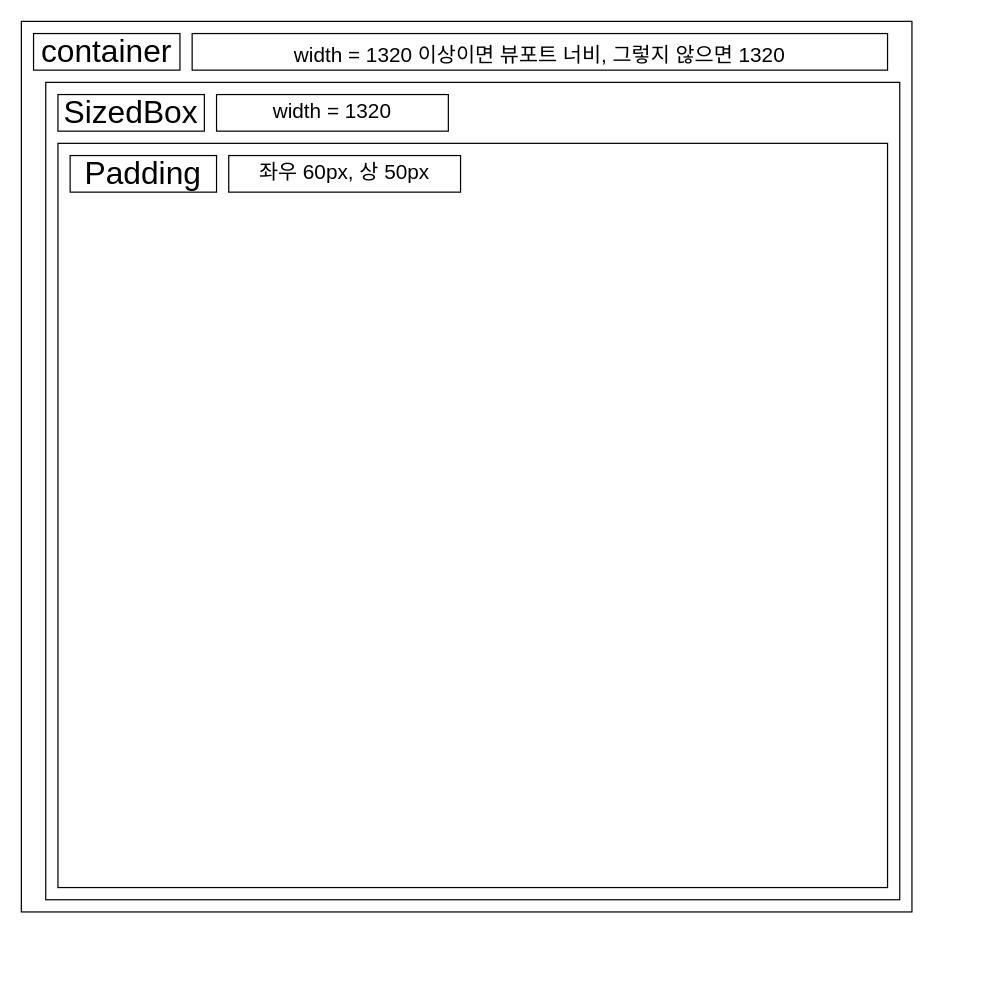
This is Untitled Diagram.drawio from hkseo98/boiler-plate, a draw.io file, before an edit. Source tidied: cells renumbered, new cells numbered last; positions are measured from the earlier drawing's top-left corner, leaving out a move shared by most shapes. Both pictures are drawn from the tidied source at 122%, with x=0, y=0 at pixel (21, 21).
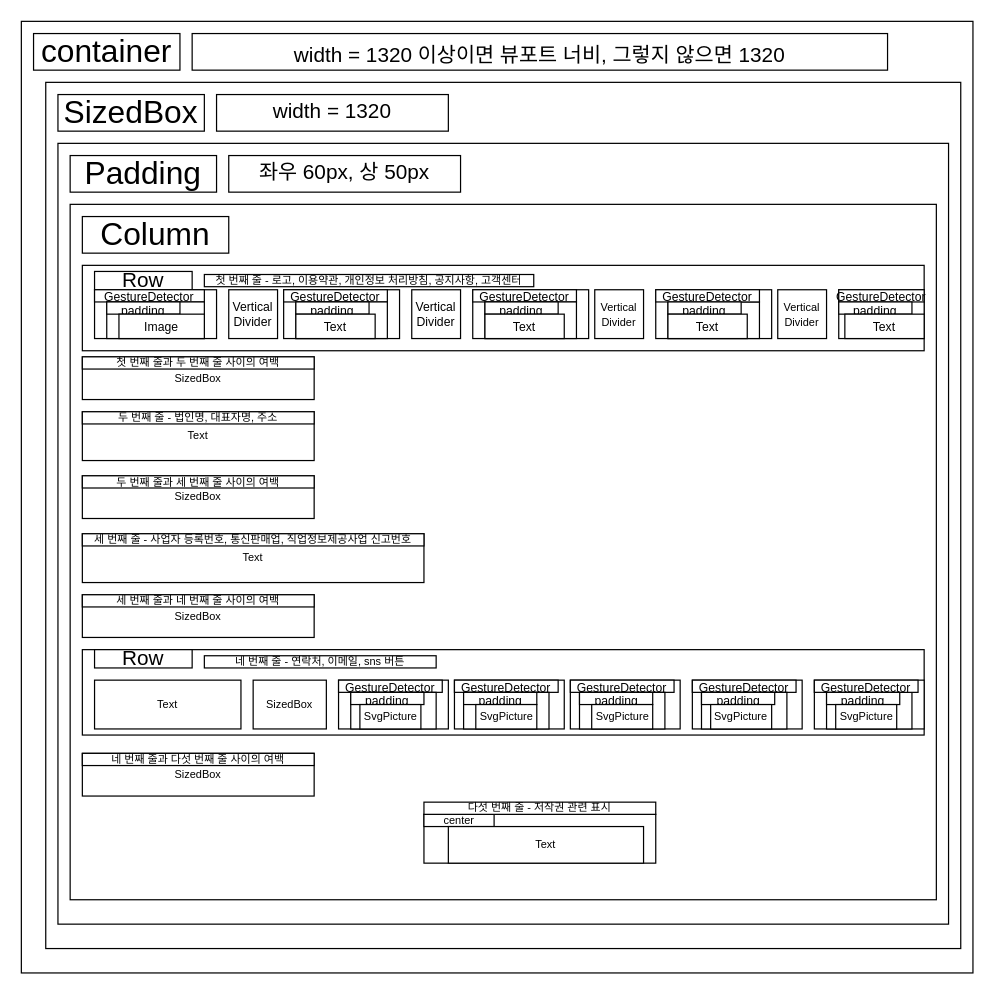
The same page after the edit.

The edit, as a diff of the source:
```diff
@@
     <mxCell id="3" style="whiteSpace=wrap;html=1;" parent="1" vertex="1">
-      <mxGeometry width="730" height="730" as="geometry" />
+      <mxGeometry width="780" height="780" as="geometry" />
     </mxCell>
@@
     <mxCell id="5" style="rounded=0;whiteSpace=wrap;html=1;fontSize=26;" parent="1" vertex="1">
-      <mxGeometry x="20" y="50" width="700" height="670" as="geometry" />
+      <mxGeometry x="20" y="50" width="750" height="710" as="geometry" />
     </mxCell>
@@
     <mxCell id="9" style="rounded=0;whiteSpace=wrap;html=1;fontSize=17;" parent="1" vertex="1">
-      <mxGeometry x="30" y="100" width="680" height="610" as="geometry" />
+      <mxGeometry x="30" y="100" width="730" height="640" as="geometry" />
     </mxCell>
@@
+    <mxCell id="12" style="rounded=0;whiteSpace=wrap;html=1;fontSize=17;" parent="1" vertex="1">
+      <mxGeometry x="40" y="150" width="710" height="570" as="geometry" />
+    </mxCell>
+    <mxCell id="13" value="&lt;span style=&quot;font-size: 26px&quot;&gt;Column&lt;/span&gt;" style="rounded=0;whiteSpace=wrap;html=1;" parent="1" vertex="1">
+      <mxGeometry x="50" y="160" width="120" height="30" as="geometry" />
+    </mxCell>
+    <mxCell id="14" style="rounded=0;whiteSpace=wrap;html=1;fontSize=17;" parent="1" vertex="1">
+      <mxGeometry x="50" y="200" width="690" height="70" as="geometry" />
+    </mxCell>
+    <mxCell id="15" value="Row" style="rounded=0;whiteSpace=wrap;html=1;fontSize=17;" parent="1" vertex="1">
+      <mxGeometry x="60" y="205" width="80" height="15" as="geometry" />
+    </mxCell>
+    <mxCell id="16" style="rounded=0;whiteSpace=wrap;html=1;fontSize=17;" parent="1" vertex="1">
+      <mxGeometry x="60" y="220" width="100" height="40" as="geometry" />
+    </mxCell>
+    <mxCell id="17" value="&lt;font size=&quot;1&quot;&gt;GestureDetector&lt;/font&gt;" style="rounded=0;whiteSpace=wrap;html=1;fontSize=17;" parent="1" vertex="1">
+      <mxGeometry x="60" y="220" width="90" height="10" as="geometry" />
+    </mxCell>
+    <mxCell id="18" style="rounded=0;whiteSpace=wrap;html=1;fontSize=16;" parent="1" vertex="1">
+      <mxGeometry x="70" y="230" width="80" height="30" as="geometry" />
+    </mxCell>
+    <mxCell id="19" value="&lt;font style=&quot;font-size: 10px&quot;&gt;padding&lt;/font&gt;" style="rounded=0;whiteSpace=wrap;html=1;fontSize=16;" parent="1" vertex="1">
+      <mxGeometry x="70" y="230" width="60" height="10" as="geometry" />
+    </mxCell>
+    <mxCell id="20" value="Image" style="rounded=0;whiteSpace=wrap;html=1;fontSize=10;" parent="1" vertex="1">
+      <mxGeometry x="80" y="240" width="70" height="20" as="geometry" />
+    </mxCell>
+    <mxCell id="21" style="rounded=0;whiteSpace=wrap;html=1;fontSize=17;" parent="1" vertex="1">
+      <mxGeometry x="215" y="220" width="95" height="40" as="geometry" />
+    </mxCell>
+    <mxCell id="22" value="&lt;font size=&quot;1&quot;&gt;GestureDetector&lt;/font&gt;" style="rounded=0;whiteSpace=wrap;html=1;fontSize=17;" parent="1" vertex="1">
+      <mxGeometry x="215" y="220" width="85" height="10" as="geometry" />
+    </mxCell>
+    <mxCell id="23" style="rounded=0;whiteSpace=wrap;html=1;fontSize=16;" parent="1" vertex="1">
+      <mxGeometry x="225" y="230" width="75" height="30" as="geometry" />
+    </mxCell>
+    <mxCell id="24" value="&lt;font style=&quot;font-size: 10px&quot;&gt;padding&lt;/font&gt;" style="rounded=0;whiteSpace=wrap;html=1;fontSize=16;" parent="1" vertex="1">
+      <mxGeometry x="225" y="230" width="60" height="10" as="geometry" />
+    </mxCell>
+    <mxCell id="25" value="Text" style="rounded=0;whiteSpace=wrap;html=1;fontSize=10;" parent="1" vertex="1">
+      <mxGeometry x="225" y="240" width="65" height="20" as="geometry" />
+    </mxCell>
+    <mxCell id="26" value="Vertical&lt;br&gt;Divider" style="rounded=0;whiteSpace=wrap;html=1;fontSize=10;" parent="1" vertex="1">
+      <mxGeometry x="170" y="220" width="40" height="40" as="geometry" />
+    </mxCell>
+    <mxCell id="27" value="Vertical&lt;br&gt;Divider" style="rounded=0;whiteSpace=wrap;html=1;fontSize=10;" parent="1" vertex="1">
+      <mxGeometry x="320" y="220" width="40" height="40" as="geometry" />
+    </mxCell>
+    <mxCell id="28" style="rounded=0;whiteSpace=wrap;html=1;fontSize=17;" parent="1" vertex="1">
+      <mxGeometry x="370" y="220" width="95" height="40" as="geometry" />
+    </mxCell>
+    <mxCell id="29" value="&lt;font size=&quot;1&quot;&gt;GestureDetector&lt;/font&gt;" style="rounded=0;whiteSpace=wrap;html=1;fontSize=17;" parent="1" vertex="1">
+      <mxGeometry x="370" y="220" width="85" height="10" as="geometry" />
+    </mxCell>
+    <mxCell id="30" style="rounded=0;whiteSpace=wrap;html=1;fontSize=16;" parent="1" vertex="1">
+      <mxGeometry x="380" y="230" width="75" height="30" as="geometry" />
+    </mxCell>
+    <mxCell id="31" value="&lt;font style=&quot;font-size: 10px&quot;&gt;padding&lt;/font&gt;" style="rounded=0;whiteSpace=wrap;html=1;fontSize=16;" parent="1" vertex="1">
+      <mxGeometry x="380" y="230" width="60" height="10" as="geometry" />
+    </mxCell>
+    <mxCell id="32" value="Text" style="rounded=0;whiteSpace=wrap;html=1;fontSize=10;" parent="1" vertex="1">
+      <mxGeometry x="380" y="240" width="65" height="20" as="geometry" />
+    </mxCell>
+    <mxCell id="33" value="&lt;font style=&quot;font-size: 9px&quot;&gt;Vertical&lt;br style=&quot;font-size: 9px&quot;&gt;Divider&lt;/font&gt;" style="rounded=0;whiteSpace=wrap;html=1;fontSize=10;" parent="1" vertex="1">
+      <mxGeometry x="470" y="220" width="40" height="40" as="geometry" />
+    </mxCell>
+    <mxCell id="34" style="rounded=0;whiteSpace=wrap;html=1;fontSize=17;" parent="1" vertex="1">
+      <mxGeometry x="520" y="220" width="95" height="40" as="geometry" />
+    </mxCell>
+    <mxCell id="35" style="rounded=0;whiteSpace=wrap;html=1;fontSize=16;" parent="1" vertex="1">
+      <mxGeometry x="530" y="230" width="75" height="30" as="geometry" />
+    </mxCell>
+    <mxCell id="36" value="&lt;font size=&quot;1&quot;&gt;GestureDetector&lt;/font&gt;" style="rounded=0;whiteSpace=wrap;html=1;fontSize=17;" parent="1" vertex="1">
+      <mxGeometry x="520" y="220" width="85" height="10" as="geometry" />
+    </mxCell>
+    <mxCell id="37" value="&lt;font style=&quot;font-size: 10px&quot;&gt;padding&lt;/font&gt;" style="rounded=0;whiteSpace=wrap;html=1;fontSize=16;" parent="1" vertex="1">
+      <mxGeometry x="530" y="230" width="60" height="10" as="geometry" />
+    </mxCell>
+    <mxCell id="38" value="Text" style="rounded=0;whiteSpace=wrap;html=1;fontSize=10;" parent="1" vertex="1">
+      <mxGeometry x="530" y="240" width="65" height="20" as="geometry" />
+    </mxCell>
+    <mxCell id="39" value="&lt;font style=&quot;font-size: 9px&quot;&gt;Vertical&lt;br style=&quot;font-size: 9px&quot;&gt;Divider&lt;/font&gt;" style="rounded=0;whiteSpace=wrap;html=1;fontSize=10;" parent="1" vertex="1">
+      <mxGeometry x="620" y="220" width="40" height="40" as="geometry" />
+    </mxCell>
+    <mxCell id="40" style="rounded=0;whiteSpace=wrap;html=1;fontSize=17;" parent="1" vertex="1">
+      <mxGeometry x="670" y="220" width="70" height="40" as="geometry" />
+    </mxCell>
+    <mxCell id="41" value="&lt;font size=&quot;1&quot;&gt;GestureDetector&lt;/font&gt;" style="rounded=0;whiteSpace=wrap;html=1;fontSize=17;" parent="1" vertex="1">
+      <mxGeometry x="670" y="220" width="70" height="10" as="geometry" />
+    </mxCell>
+    <mxCell id="42" value="&lt;font style=&quot;font-size: 10px&quot;&gt;padding&lt;/font&gt;" style="rounded=0;whiteSpace=wrap;html=1;fontSize=16;" parent="1" vertex="1">
+      <mxGeometry x="670" y="230" width="60" height="10" as="geometry" />
+    </mxCell>
+    <mxCell id="43" value="Text" style="rounded=0;whiteSpace=wrap;html=1;fontSize=10;" parent="1" vertex="1">
+      <mxGeometry x="675" y="240" width="65" height="20" as="geometry" />
+    </mxCell>
+    <mxCell id="44" value="SizedBox" style="rounded=0;whiteSpace=wrap;html=1;fontSize=9;" parent="1" vertex="1">
+      <mxGeometry x="50" y="275" width="190" height="35" as="geometry" />
+    </mxCell>
+    <mxCell id="45" value="Text" style="rounded=0;whiteSpace=wrap;html=1;fontSize=9;" parent="1" vertex="1">
+      <mxGeometry x="50" y="320" width="190" height="40" as="geometry" />
+    </mxCell>
+    <mxCell id="46" value="SizedBox" style="rounded=0;whiteSpace=wrap;html=1;fontSize=9;" parent="1" vertex="1">
+      <mxGeometry x="50" y="372.5" width="190" height="35" as="geometry" />
+    </mxCell>
+    <mxCell id="47" value="Text" style="rounded=0;whiteSpace=wrap;html=1;fontSize=9;" parent="1" vertex="1">
+      <mxGeometry x="50" y="420" width="280" height="40" as="geometry" />
+    </mxCell>
+    <mxCell id="48" value="SizedBox" style="rounded=0;whiteSpace=wrap;html=1;fontSize=9;" parent="1" vertex="1">
+      <mxGeometry x="50" y="470" width="190" height="35" as="geometry" />
+    </mxCell>
+    <mxCell id="49" style="rounded=0;whiteSpace=wrap;html=1;fontSize=17;" parent="1" vertex="1">
+      <mxGeometry x="50" y="515" width="690" height="70" as="geometry" />
+    </mxCell>
+    <mxCell id="50" value="Row" style="rounded=0;whiteSpace=wrap;html=1;fontSize=17;" parent="1" vertex="1">
+      <mxGeometry x="60" y="515" width="80" height="15" as="geometry" />
+    </mxCell>
+    <mxCell id="51" value="Text" style="rounded=0;whiteSpace=wrap;html=1;fontSize=9;" parent="1" vertex="1">
+      <mxGeometry x="60" y="540" width="120" height="40" as="geometry" />
+    </mxCell>
+    <mxCell id="52" value="SizedBox" style="rounded=0;whiteSpace=wrap;html=1;fontSize=9;" parent="1" vertex="1">
+      <mxGeometry x="190" y="540" width="60" height="40" as="geometry" />
+    </mxCell>
+    <mxCell id="53" style="rounded=0;whiteSpace=wrap;html=1;fontSize=9;" parent="1" vertex="1">
+      <mxGeometry x="260" y="540" width="90" height="40" as="geometry" />
+    </mxCell>
+    <mxCell id="54" style="rounded=0;whiteSpace=wrap;html=1;fontSize=9;" parent="1" vertex="1">
+      <mxGeometry x="355" y="540" width="90" height="40" as="geometry" />
+    </mxCell>
+    <mxCell id="55" style="rounded=0;whiteSpace=wrap;html=1;fontSize=9;" parent="1" vertex="1">
+      <mxGeometry x="450" y="540" width="90" height="40" as="geometry" />
+    </mxCell>
+    <mxCell id="56" style="rounded=0;whiteSpace=wrap;html=1;fontSize=9;" parent="1" vertex="1">
+      <mxGeometry x="550" y="540" width="90" height="40" as="geometry" />
+    </mxCell>
+    <mxCell id="57" style="rounded=0;whiteSpace=wrap;html=1;fontSize=9;" parent="1" vertex="1">
+      <mxGeometry x="650" y="540" width="90" height="40" as="geometry" />
+    </mxCell>
+    <mxCell id="58" value="&lt;font size=&quot;1&quot;&gt;GestureDetector&lt;/font&gt;" style="rounded=0;whiteSpace=wrap;html=1;fontSize=17;" parent="1" vertex="1">
+      <mxGeometry x="260" y="540" width="85" height="10" as="geometry" />
+    </mxCell>
+    <mxCell id="59" value="&lt;font size=&quot;1&quot;&gt;GestureDetector&lt;/font&gt;" style="rounded=0;whiteSpace=wrap;html=1;fontSize=17;" parent="1" vertex="1">
+      <mxGeometry x="355" y="540" width="85" height="10" as="geometry" />
+    </mxCell>
+    <mxCell id="60" value="&lt;font size=&quot;1&quot;&gt;GestureDetector&lt;/font&gt;" style="rounded=0;whiteSpace=wrap;html=1;fontSize=17;" parent="1" vertex="1">
+      <mxGeometry x="450" y="540" width="85" height="10" as="geometry" />
+    </mxCell>
+    <mxCell id="61" value="&lt;font size=&quot;1&quot;&gt;GestureDetector&lt;/font&gt;" style="rounded=0;whiteSpace=wrap;html=1;fontSize=17;" parent="1" vertex="1">
+      <mxGeometry x="550" y="540" width="85" height="10" as="geometry" />
+    </mxCell>
+    <mxCell id="62" style="rounded=0;whiteSpace=wrap;html=1;fontSize=9;" parent="1" vertex="1">
+      <mxGeometry x="270" y="550" width="70" height="30" as="geometry" />
+    </mxCell>
+    <mxCell id="63" value="&lt;font style=&quot;font-size: 10px&quot;&gt;padding&lt;/font&gt;" style="rounded=0;whiteSpace=wrap;html=1;fontSize=16;" parent="1" vertex="1">
+      <mxGeometry x="270" y="550" width="60" height="10" as="geometry" />
+    </mxCell>
+    <mxCell id="64" style="rounded=0;whiteSpace=wrap;html=1;fontSize=9;" parent="1" vertex="1">
+      <mxGeometry x="362.5" y="550" width="70" height="30" as="geometry" />
+    </mxCell>
+    <mxCell id="65" style="rounded=0;whiteSpace=wrap;html=1;fontSize=9;" parent="1" vertex="1">
+      <mxGeometry x="457.5" y="550" width="70" height="30" as="geometry" />
+    </mxCell>
+    <mxCell id="66" style="rounded=0;whiteSpace=wrap;html=1;fontSize=9;" parent="1" vertex="1">
+      <mxGeometry x="557.5" y="550" width="70" height="30" as="geometry" />
+    </mxCell>
+    <mxCell id="67" style="rounded=0;whiteSpace=wrap;html=1;fontSize=9;" parent="1" vertex="1">
+      <mxGeometry x="660" y="550" width="70" height="30" as="geometry" />
+    </mxCell>
+    <mxCell id="68" value="&lt;font size=&quot;1&quot;&gt;GestureDetector&lt;/font&gt;" style="rounded=0;whiteSpace=wrap;html=1;fontSize=17;" parent="1" vertex="1">
+      <mxGeometry x="650" y="540" width="85" height="10" as="geometry" />
+    </mxCell>
+    <mxCell id="69" value="&lt;font style=&quot;font-size: 10px&quot;&gt;padding&lt;/font&gt;" style="rounded=0;whiteSpace=wrap;html=1;fontSize=16;" parent="1" vertex="1">
+      <mxGeometry x="362.5" y="550" width="60" height="10" as="geometry" />
+    </mxCell>
+    <mxCell id="70" value="&lt;font style=&quot;font-size: 10px&quot;&gt;padding&lt;/font&gt;" style="rounded=0;whiteSpace=wrap;html=1;fontSize=16;" parent="1" vertex="1">
+      <mxGeometry x="457.5" y="550" width="60" height="10" as="geometry" />
+    </mxCell>
+    <mxCell id="71" value="&lt;font style=&quot;font-size: 10px&quot;&gt;padding&lt;/font&gt;" style="rounded=0;whiteSpace=wrap;html=1;fontSize=16;" parent="1" vertex="1">
+      <mxGeometry x="557.5" y="550" width="60" height="10" as="geometry" />
+    </mxCell>
+    <mxCell id="72" value="&lt;font style=&quot;font-size: 10px&quot;&gt;padding&lt;/font&gt;" style="rounded=0;whiteSpace=wrap;html=1;fontSize=16;" parent="1" vertex="1">
+      <mxGeometry x="660" y="550" width="60" height="10" as="geometry" />
+    </mxCell>
+    <mxCell id="73" value="SvgPicture" style="rounded=0;whiteSpace=wrap;html=1;fontSize=9;" parent="1" vertex="1">
+      <mxGeometry x="277.5" y="560" width="50" height="20" as="geometry" />
+    </mxCell>
+    <mxCell id="74" value="SvgPicture" style="rounded=0;whiteSpace=wrap;html=1;fontSize=9;" parent="1" vertex="1">
+      <mxGeometry x="372.5" y="560" width="50" height="20" as="geometry" />
+    </mxCell>
+    <mxCell id="75" value="SvgPicture" style="rounded=0;whiteSpace=wrap;html=1;fontSize=9;" parent="1" vertex="1">
+      <mxGeometry x="467.5" y="560" width="50" height="20" as="geometry" />
+    </mxCell>
+    <mxCell id="76" value="SvgPicture" style="rounded=0;whiteSpace=wrap;html=1;fontSize=9;" parent="1" vertex="1">
+      <mxGeometry x="565" y="560" width="50" height="20" as="geometry" />
+    </mxCell>
+    <mxCell id="77" value="SvgPicture" style="rounded=0;whiteSpace=wrap;html=1;fontSize=9;" parent="1" vertex="1">
+      <mxGeometry x="667.5" y="560" width="50" height="20" as="geometry" />
+    </mxCell>
+    <mxCell id="78" value="SizedBox" style="rounded=0;whiteSpace=wrap;html=1;fontSize=9;" parent="1" vertex="1">
+      <mxGeometry x="50" y="600" width="190" height="35" as="geometry" />
+    </mxCell>
+    <mxCell id="79" style="rounded=0;whiteSpace=wrap;html=1;fontSize=9;" parent="1" vertex="1">
+      <mxGeometry x="330" y="650" width="190" height="40" as="geometry" />
+    </mxCell>
+    <mxCell id="80" value="center" style="rounded=0;whiteSpace=wrap;html=1;fontSize=9;" parent="1" vertex="1">
+      <mxGeometry x="330" y="650" width="57.5" height="10" as="geometry" />
+    </mxCell>
+    <mxCell id="81" value="Text" style="rounded=0;whiteSpace=wrap;html=1;fontSize=9;" parent="1" vertex="1">
+      <mxGeometry x="350" y="660" width="160" height="30" as="geometry" />
+    </mxCell>
+    <mxCell id="82" value="첫 번째 줄 - 로고, 이용약관, 개인정보 처리방침, 공지사항, 고객센터" style="rounded=0;whiteSpace=wrap;html=1;fontSize=9;" parent="1" vertex="1">
+      <mxGeometry x="150" y="207.5" width="270" height="10" as="geometry" />
+    </mxCell>
+    <mxCell id="83" value="첫 번째 줄과 두 번째 줄 사이의 여백" style="rounded=0;whiteSpace=wrap;html=1;fontSize=9;" parent="1" vertex="1">
+      <mxGeometry x="50" y="275" width="190" height="10" as="geometry" />
+    </mxCell>
+    <mxCell id="84" value="두 번째 줄 - 법인명, 대표자명, 주소" style="rounded=0;whiteSpace=wrap;html=1;fontSize=9;" parent="1" vertex="1">
+      <mxGeometry x="50" y="320" width="190" height="10" as="geometry" />
+    </mxCell>
+    <mxCell id="85" value="두 번째 줄과 세 번째 줄 사이의 여백" style="rounded=0;whiteSpace=wrap;html=1;fontSize=9;" parent="1" vertex="1">
+      <mxGeometry x="50" y="372.5" width="190" height="10" as="geometry" />
+    </mxCell>
+    <mxCell id="86" value="세 번째 줄 - 사업자 등록번호, 통신판매업, 직업정보제공사업 신고번호" style="rounded=0;whiteSpace=wrap;html=1;fontSize=9;" parent="1" vertex="1">
+      <mxGeometry x="50" y="420" width="280" height="10" as="geometry" />
+    </mxCell>
+    <mxCell id="87" value="세 번째 줄과 네 번째 줄 사이의 여백" style="rounded=0;whiteSpace=wrap;html=1;fontSize=9;" parent="1" vertex="1">
+      <mxGeometry x="50" y="470" width="190" height="10" as="geometry" />
+    </mxCell>
+    <mxCell id="88" value="네 번째 줄 - 연락처, 이메일, sns 버튼" style="rounded=0;whiteSpace=wrap;html=1;fontSize=9;" parent="1" vertex="1">
+      <mxGeometry x="150" y="520" width="190" height="10" as="geometry" />
+    </mxCell>
+    <mxCell id="89" value="네 번째 줄과 다섯 번째 줄 사이의 여백" style="rounded=0;whiteSpace=wrap;html=1;fontSize=9;" parent="1" vertex="1">
+      <mxGeometry x="50" y="600" width="190" height="10" as="geometry" />
+    </mxCell>
+    <mxCell id="90" value="다섯 번째 줄 - 저작권 관련 표시" style="rounded=0;whiteSpace=wrap;html=1;fontSize=9;" parent="1" vertex="1">
+      <mxGeometry x="330" y="640" width="190" height="10" as="geometry" />
+    </mxCell>
```
